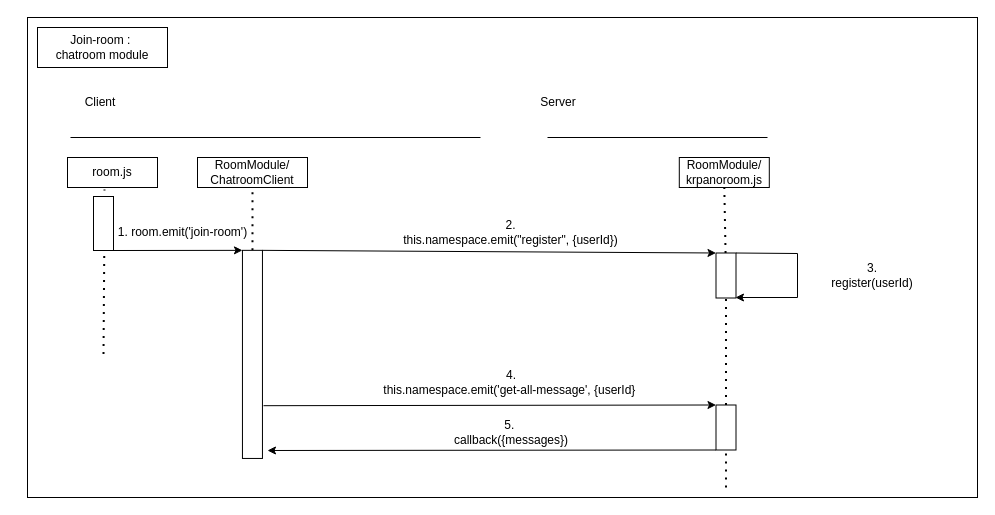
Earlier version of the draw.io diagram classroom-ultra-sequence diagram-RoomManager join-room.drawio (doremi31618/Assets). Source tidied: cells renumbered, new cells numbered last; positions are measured from the earlier drawing's top-left corner, leaving out a move shared by most shapes. Both pictures are drawn from the tidied source at 100%, with x=0, y=0 at pixel (27, 17).
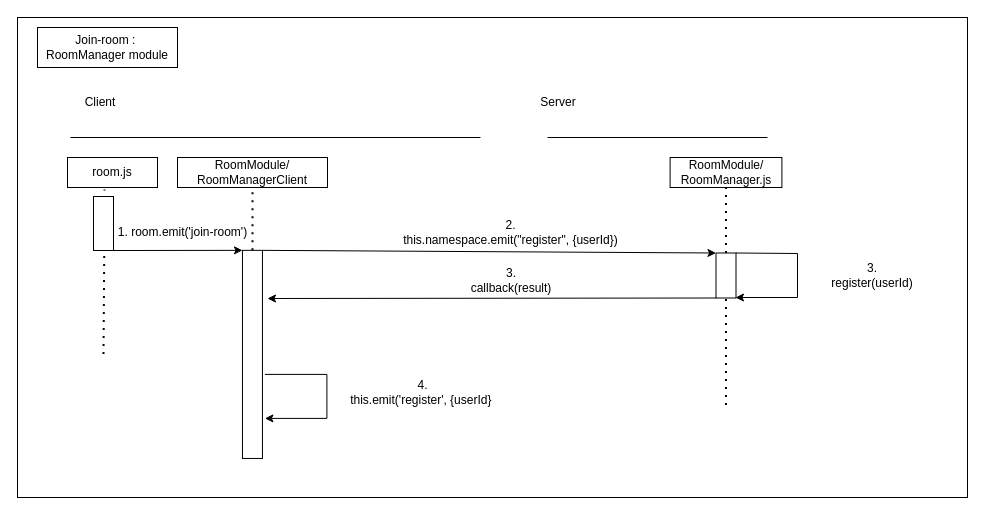
Above is the later version.

The change refers to these unchanged cells:
```xml
<mxCell id="19" style="rounded=0;whiteSpace=wrap;html=1;rotation=90;spacing=4;" parent="1" vertex="1">
  <mxGeometry x="676" y="248" width="45" height="20" as="geometry" />
</mxCell>
```

What changed in the source:
```diff
@@
     <mxCell id="2" style="rounded=0;whiteSpace=wrap;html=1;" parent="1" vertex="1">
-      <mxGeometry width="950" height="480" as="geometry" />
+      <mxGeometry x="-10" width="950" height="480" as="geometry" />
     </mxCell>
@@
     <mxCell id="4" style="rounded=0;whiteSpace=wrap;html=1;" parent="1" vertex="1">
-      <mxGeometry x="10" y="10" width="130" height="40" as="geometry" />
+      <mxGeometry x="10" y="10" width="140" height="40" as="geometry" />
     </mxCell>
@@
-    <mxCell id="6" value="RoomModule/&lt;br&gt;krpanoroom.js" style="rounded=0;whiteSpace=wrap;html=1;" parent="1" vertex="1">
-      <mxGeometry x="651.8" y="140" width="90" height="30" as="geometry" />
+    <mxCell id="6" value="RoomModule/&lt;br&gt;RoomManager.js" style="rounded=0;whiteSpace=wrap;html=1;" parent="1" vertex="1">
+      <mxGeometry x="642.6" y="140" width="111.8" height="30" as="geometry" />
     </mxCell>
@@
-    <mxCell id="14" value="Join-room :&amp;nbsp;&lt;br&gt;chatroom module" style="text;strokeColor=none;align=center;fillColor=none;html=1;verticalAlign=middle;whiteSpace=wrap;rounded=0;" parent="1" vertex="1">
-      <mxGeometry x="20" y="15" width="110" height="30" as="geometry" />
+    <mxCell id="14" value="Join-room :&amp;nbsp;&lt;br&gt;RoomManager module" style="text;strokeColor=none;align=center;fillColor=none;html=1;verticalAlign=middle;whiteSpace=wrap;rounded=0;" parent="1" vertex="1">
+      <mxGeometry x="15" y="15" width="130" height="30" as="geometry" />
     </mxCell>
-    <mxCell id="15" value="RoomModule/&lt;br&gt;ChatroomClient" style="rounded=0;whiteSpace=wrap;html=1;" parent="1" vertex="1">
-      <mxGeometry x="170" y="140" width="110" height="30" as="geometry" />
+    <mxCell id="15" value="RoomModule/&lt;br&gt;RoomManagerClient" style="rounded=0;whiteSpace=wrap;html=1;" parent="1" vertex="1">
+      <mxGeometry x="150" y="140" width="150" height="30" as="geometry" />
     </mxCell>
@@
-    <mxCell id="24" style="endArrow=none;dashed=1;html=1;dashPattern=1 3;strokeWidth=2;rounded=0;entryX=1;entryY=0.5;entryDx=0;entryDy=0;exitX=0;exitY=0.5;exitDx=0;exitDy=0;startArrow=none;" parent="1" edge="1">
-      <mxGeometry relative="1" as="geometry">
-        <mxPoint x="698.5" y="470" as="sourcePoint" />
-        <mxPoint x="698.5" y="432.5" as="targetPoint" />
-      </mxGeometry>
-    </mxCell>
-    <mxCell id="25" style="endArrow=classic;html=1;rounded=0;entryX=0;entryY=1;entryDx=0;entryDy=0;exitX=0.294;exitY=-0.05;exitDx=0;exitDy=0;exitPerimeter=0;" parent="1" edge="1">
-      <mxGeometry relative="1" as="geometry">
-        <mxPoint x="236" y="388.2" as="sourcePoint" />
-        <mxPoint x="688.5" y="387.5" as="targetPoint" />
-      </mxGeometry>
-    </mxCell>
-    <mxCell id="26" value="4.&lt;br&gt;this.namespace.emit('get-all-message', {userId}&amp;nbsp;" style="text;strokeColor=none;align=center;fillColor=none;html=1;verticalAlign=middle;whiteSpace=wrap;rounded=0;" parent="1" vertex="1">
-      <mxGeometry x="338.7" y="350" width="290" height="30" as="geometry" />
+    <mxCell id="26" value="4.&lt;br&gt;this.emit('register', {userId}&amp;nbsp;" style="text;strokeColor=none;align=center;fillColor=none;html=1;verticalAlign=middle;whiteSpace=wrap;rounded=0;" parent="1" vertex="1">
+      <mxGeometry x="300" y="360" width="191.3" height="30" as="geometry" />
     </mxCell>
-    <mxCell id="27" style="endArrow=classic;html=1;rounded=0;exitX=1;exitY=1;exitDx=0;exitDy=0;" parent="1" edge="1">
-      <mxGeometry relative="1" as="geometry">
-        <mxPoint x="688.5" y="432.5" as="sourcePoint" />
-        <mxPoint x="240" y="433" as="targetPoint" />
-      </mxGeometry>
-    </mxCell>
-    <mxCell id="28" value="5.&amp;nbsp;&lt;br&gt;callback({messages})" style="text;strokeColor=none;align=center;fillColor=none;html=1;verticalAlign=middle;whiteSpace=wrap;rounded=0;" parent="1" vertex="1">
-      <mxGeometry x="338.7" y="400" width="290" height="30" as="geometry" />
-    </mxCell>
-    <mxCell id="29" style="rounded=0;whiteSpace=wrap;html=1;rotation=90;spacing=4;" parent="1" vertex="1">
-      <mxGeometry x="676" y="400" width="45" height="20" as="geometry" />
-    </mxCell>
@@
+    <mxCell id="32" style="endArrow=classic;html=1;rounded=0;exitX=1;exitY=1;exitDx=0;exitDy=0;" parent="1" edge="1" source="19">
+      <mxGeometry relative="1" as="geometry">
+        <mxPoint x="240" y="281" as="targetPoint" />
+      </mxGeometry>
+    </mxCell>
+    <mxCell id="33" value="3. &lt;br&gt;callback(result)" style="text;strokeColor=none;align=center;fillColor=none;html=1;verticalAlign=middle;whiteSpace=wrap;rounded=0;" parent="1" vertex="1">
+      <mxGeometry x="428.7" y="248" width="110" height="30" as="geometry" />
+    </mxCell>
+    <mxCell id="34" style="endArrow=classic;html=1;rounded=0;exitX=0;exitY=0;exitDx=0;exitDy=0;" parent="1" edge="1">
+      <mxGeometry relative="1" as="geometry">
+        <mxPoint x="237.4" y="356.9" as="sourcePoint" />
+        <mxPoint x="237.4" y="400.9" as="targetPoint" />
+        <Array as="points">
+          <mxPoint x="299.4" y="356.9" />
+          <mxPoint x="299.4" y="400.9" />
+        </Array>
+      </mxGeometry>
+    </mxCell>
```
